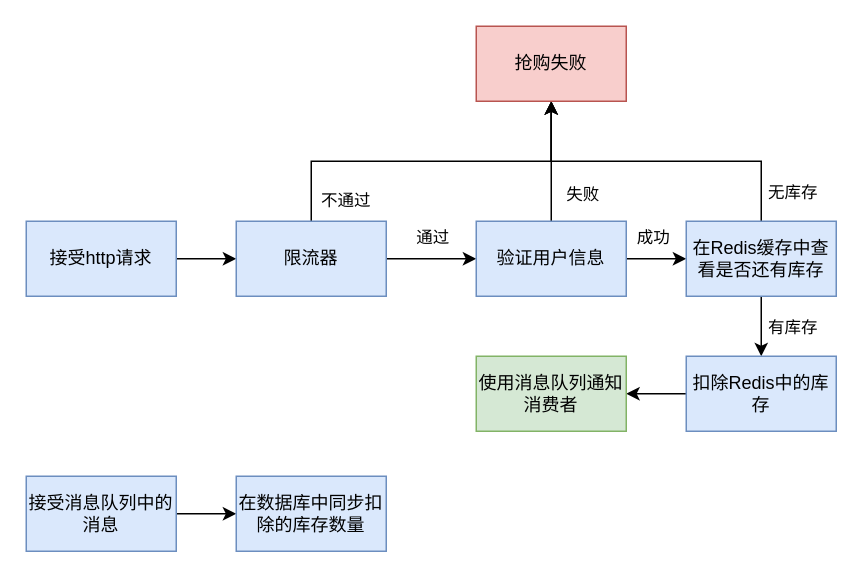
Before: Untitled Diagram.drawio in z-qqqqq/diagrams, a draw.io diagram. Source tidied: cells renumbered, new cells numbered last; positions are measured from the earlier drawing's top-left corner, leaving out a move shared by most shapes. Both pictures are drawn from the tidied source at 150%, with x=0, y=0 at pixel (26, 26).
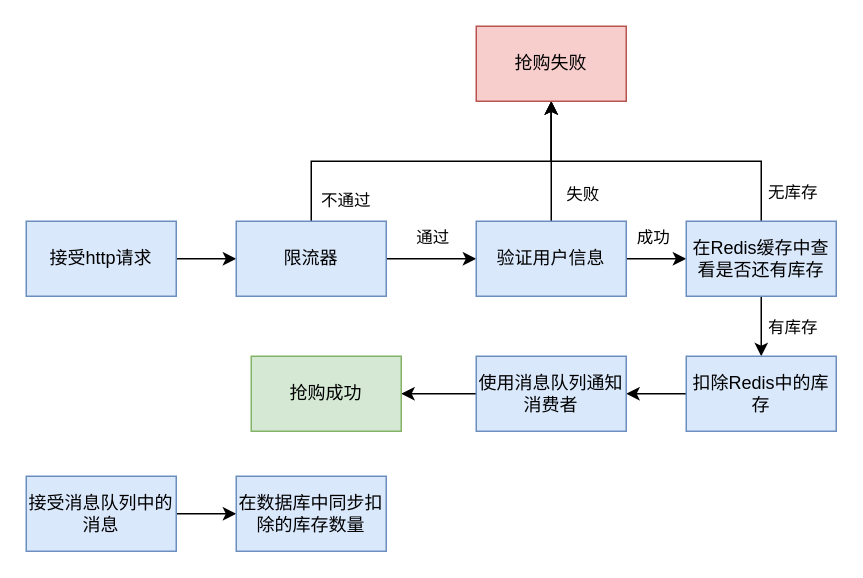
Above is the later version.

Commit message:
请求的处理流程.drawio

What changed in the source:
```diff
@@
+    <mxCell id="26" style="edgeStyle=orthogonalEdgeStyle;rounded=0;jettySize=auto;html=1;labelBorderColor=none;" parent="1" edge="1" source="22" target="27">
+      <mxGeometry relative="1" as="geometry" />
+    </mxCell>
-    <mxCell id="22" value="使用消息队列通知消费者" style="rounded=0;whiteSpace=wrap;html=1;fillColor=#d5e8d4;strokeColor=#82b366;" parent="1" vertex="1">
+    <mxCell id="22" value="使用消息队列通知消费者" style="rounded=0;whiteSpace=wrap;html=1;fillColor=#dae8fc;strokeColor=#6c8ebf;" parent="1" vertex="1">
       <mxGeometry x="300" y="220" width="100" height="50" as="geometry" />
     </mxCell>
@@
+    <mxCell id="27" value="抢购成功" style="rounded=0;whiteSpace=wrap;html=1;fillColor=#d5e8d4;strokeColor=#82b366;" parent="1" vertex="1">
+      <mxGeometry x="150" y="220" width="100" height="50" as="geometry" />
+    </mxCell>
```
